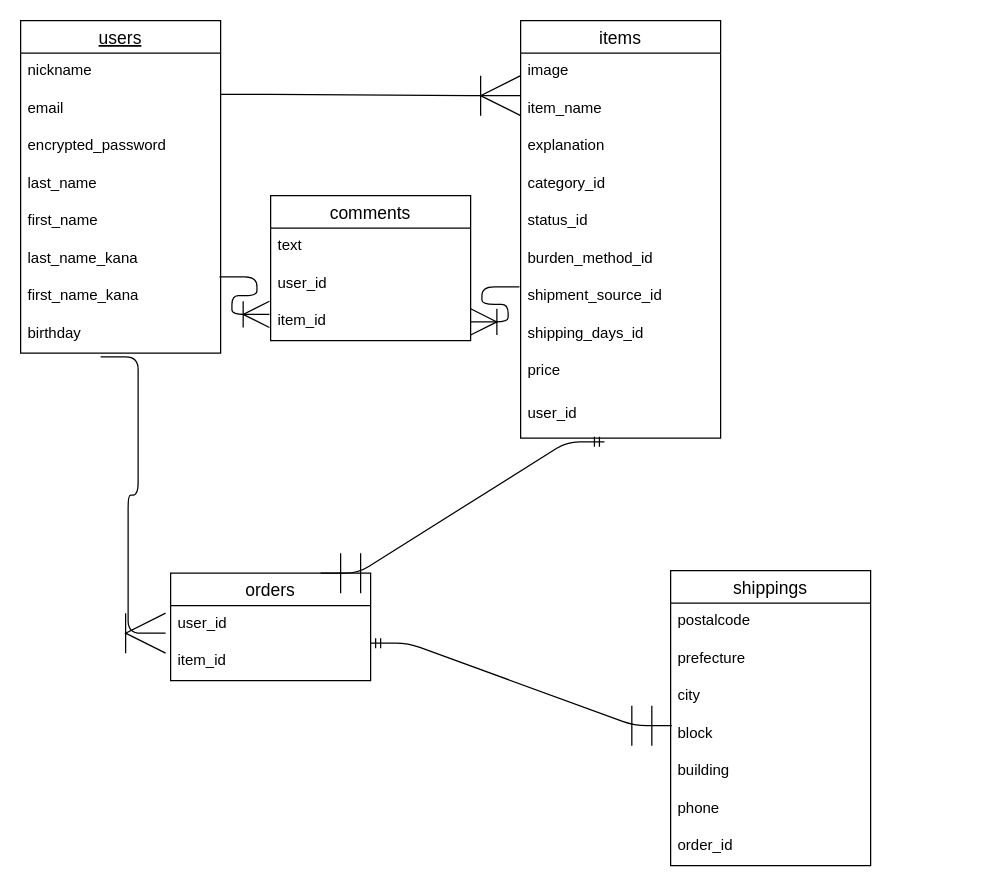
Earlier version of the draw.io diagram furima.dio (Stoneka/furima-36580). Source tidied: cells renumbered, new cells numbered last; positions are measured from the earlier drawing's top-left corner, leaving out a move shared by most shapes. Both pictures are drawn from the tidied source at 125%, with x=0, y=0 at pixel (20, 20).
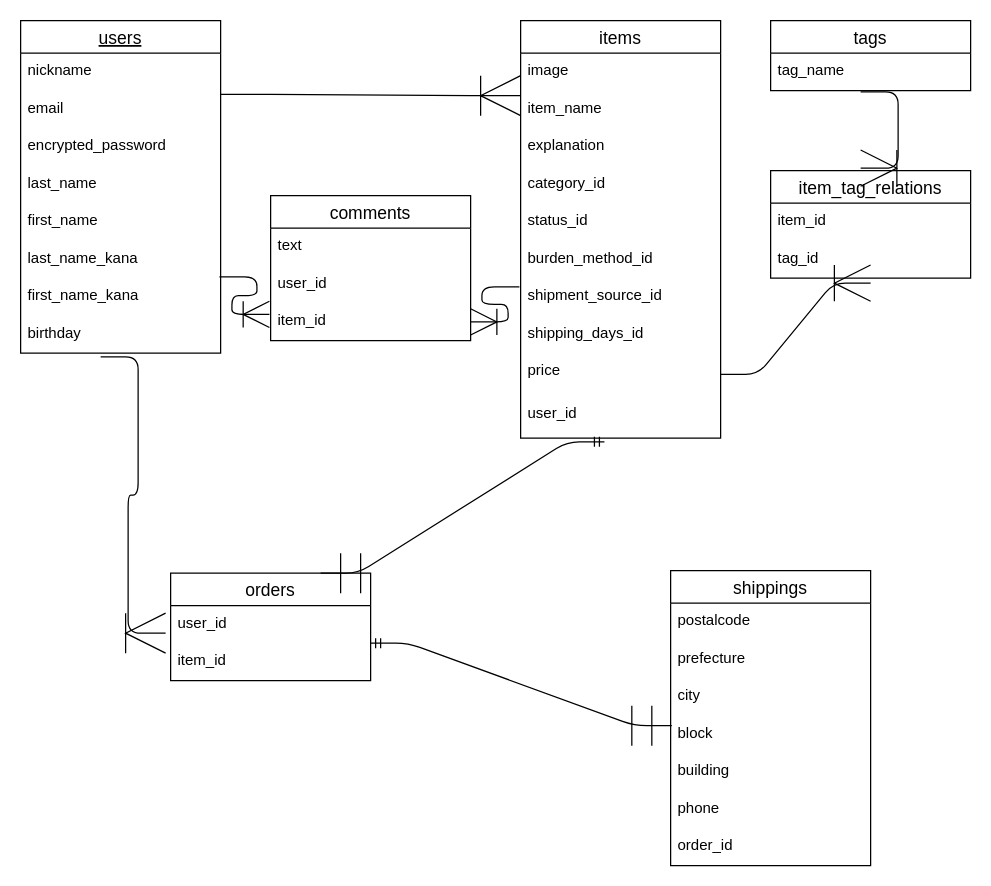
The same page after the edit.

The change refers to these unchanged cells:
```xml
<mxCell id="20" value="price" style="text;strokeColor=none;fillColor=none;spacingLeft=4;spacingRight=4;overflow=hidden;points=[[0,0.5],[1,0.5]];portConstraint=eastwest;fontSize=12;" parent="11" vertex="1">
  <mxGeometry y="266" width="160" height="34" as="geometry" />
</mxCell>
```

Change to the diagram source:
```diff
@@
+    <mxCell id="43" value="tags" style="swimlane;fontStyle=0;horizontal=1;startSize=26;align=center;fontSize=14;" parent="1" vertex="1">
+      <mxGeometry x="600" width="160" height="56" as="geometry" />
+    </mxCell>
+    <mxCell id="44" value="tag_name" style="text;strokeColor=none;fillColor=none;spacingLeft=4;spacingRight=4;overflow=hidden;points=[[0,0.5],[1,0.5]];portConstraint=eastwest;fontSize=12;" parent="43" vertex="1">
+      <mxGeometry y="26" width="160" height="30" as="geometry" />
+    </mxCell>
+    <mxCell id="45" value="item_tag_relations" style="swimlane;fontStyle=0;horizontal=1;startSize=26;align=center;fontSize=14;" parent="1" vertex="1">
+      <mxGeometry x="600" y="120" width="160" height="86" as="geometry" />
+    </mxCell>
+    <mxCell id="46" value="item_id" style="text;strokeColor=none;fillColor=none;spacingLeft=4;spacingRight=4;overflow=hidden;fontSize=12;" parent="45" vertex="1">
+      <mxGeometry y="26" width="160" height="30" as="geometry" />
+    </mxCell>
+    <mxCell id="47" value="tag_id" style="text;strokeColor=none;fillColor=none;spacingLeft=4;spacingRight=4;overflow=hidden;fontSize=12;" parent="45" vertex="1">
+      <mxGeometry y="56" width="160" height="30" as="geometry" />
+    </mxCell>
+    <mxCell id="48" style="edgeStyle=entityRelationEdgeStyle;fontSize=12;html=1;endArrow=ERoneToMany;exitX=1;exitY=0.5;exitDx=0;exitDy=0;jumpSize=7;endSize=27;" parent="1" edge="1" source="20">
+      <mxGeometry relative="1" as="geometry">
+        <mxPoint x="680" y="210" as="targetPoint" />
+      </mxGeometry>
+    </mxCell>
+    <mxCell id="49" style="edgeStyle=entityRelationEdgeStyle;fontSize=12;html=1;endArrow=ERoneToMany;endSize=27;entryX=0.45;entryY=-0.023;entryDx=0;entryDy=0;entryPerimeter=0;exitX=0.45;exitY=1.033;exitDx=0;exitDy=0;exitPerimeter=0;" parent="1" edge="1" source="44" target="45">
+      <mxGeometry relative="1" as="geometry" />
+    </mxCell>
```
